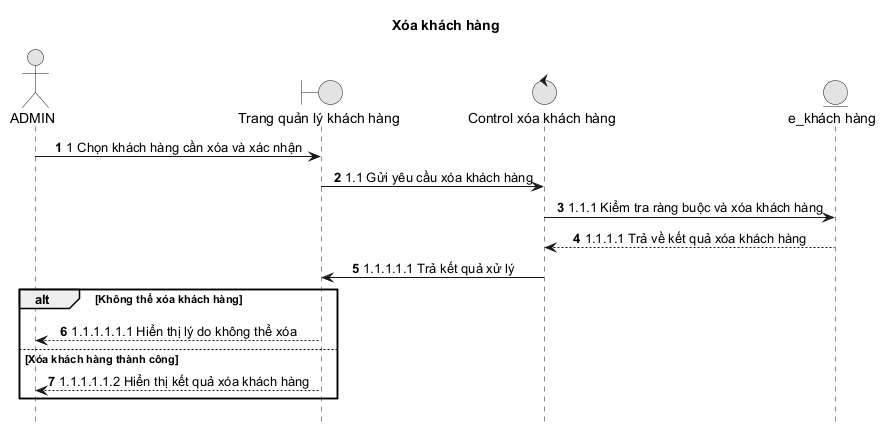
The PlantUML diagram docs/diagrams/sequence-new/admin/11-delete-customer.png in duygri/do-an-htttdn-crm, before a commit.
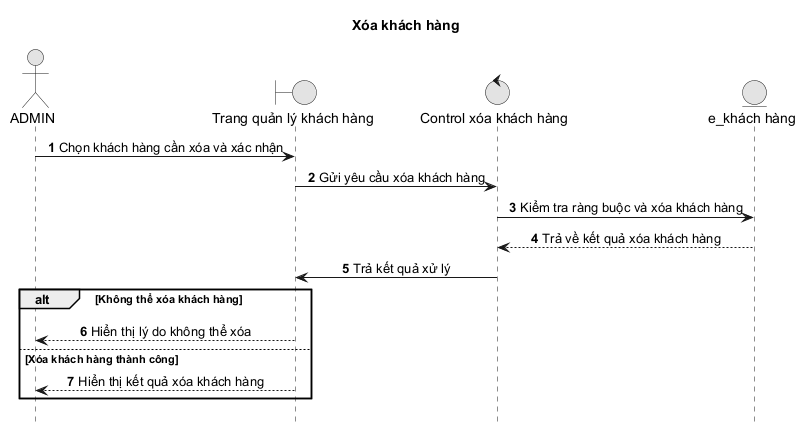
Above is the later version.

Diff of the diagram source:
```diff
@@ -11,15 +11,15 @@
 control "Control xóa khách hàng" as Control
 entity "e_khách hàng" as Entity
 
-Admin -> Boundary: 1 Chọn khách hàng cần xóa và xác nhận
-Boundary -> Control: 1.1 Gửi yêu cầu xóa khách hàng
-Control -> Entity: 1.1.1 Kiểm tra ràng buộc và xóa khách hàng
-Entity --> Control: 1.1.1.1 Trả về kết quả xóa khách hàng
-Control -> Boundary: 1.1.1.1.1 Trả kết quả xử lý
+Admin -> Boundary: Chọn khách hàng cần xóa và xác nhận
+Boundary -> Control: Gửi yêu cầu xóa khách hàng
+Control -> Entity: Kiểm tra ràng buộc và xóa khách hàng
+Entity --> Control: Trả về kết quả xóa khách hàng
+Control -> Boundary: Trả kết quả xử lý
 
 alt Không thể xóa khách hàng
-  Boundary --> Admin: 1.1.1.1.1.1 Hiển thị lý do không thể xóa
+  Boundary --> Admin: Hiển thị lý do không thể xóa
 else Xóa khách hàng thành công
-  Boundary --> Admin: 1.1.1.1.1.2 Hiển thị kết quả xóa khách hàng
+  Boundary --> Admin: Hiển thị kết quả xóa khách hàng
 end
 @enduml
```
